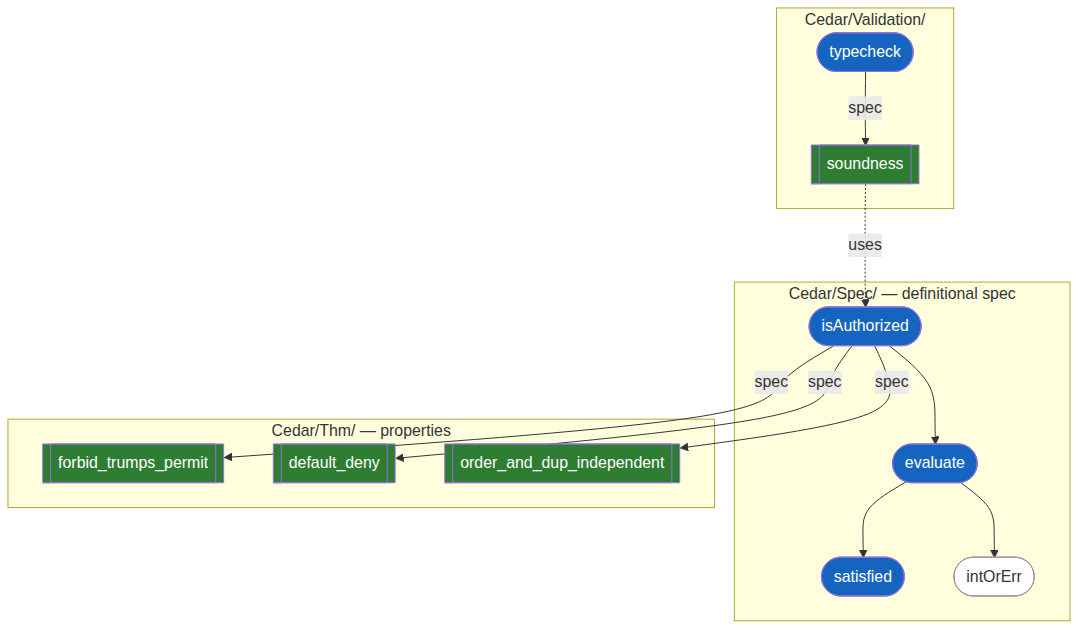
The Mermaid diagram docs/img/cedar.png in Beneficial-AI-Foundation/probe, before a commit. Its source is kept beside it as docs/img/cedar.mmd.
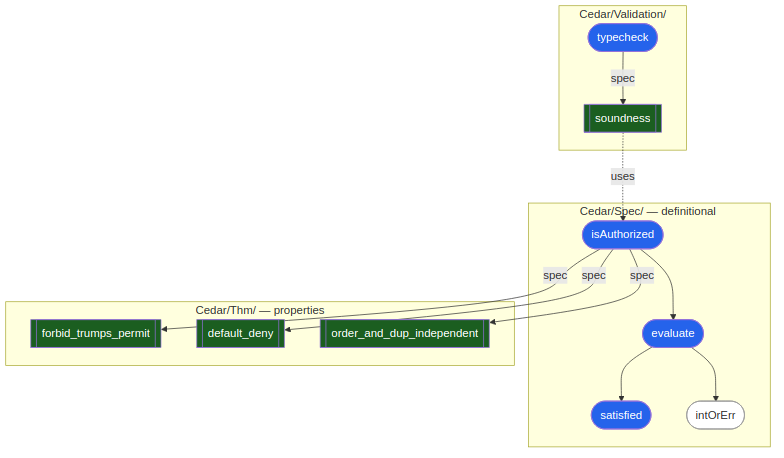
The same file after the commit.

Diff of the diagram source:
```diff
@@ -1,8 +1,8 @@
 flowchart TD
     subgraph spec ["Cedar/Spec/ — definitional spec"]
-        d1(["isAuthorized"]):::darkBlue
-        d2(["evaluate"]):::darkBlue
-        d3(["satisfied"]):::darkBlue
+        d1(["isAuthorized"]):::blue
+        d2(["evaluate"]):::blue
+        d3(["satisfied"]):::blue
         d4(["intOrErr"]):::white
     end
     subgraph thm ["Cedar/Thm/ — properties"]
@@ -11,7 +11,7 @@
         t3[["order_and_dup_independent"]]:::darkGreen
     end
     subgraph validation ["Cedar/Validation/"]
-        v1(["typecheck"]):::darkBlue
+        v1(["typecheck"]):::blue
         v2[["soundness"]]:::darkGreen
     end
     d1 -->|spec| t1
@@ -23,5 +23,5 @@
     v1 -->|spec| v2
     v2 -.->|uses| d1
     classDef white fill:#fff,color:#333,stroke:#999
-    classDef darkBlue fill:#1565c0,color:#fff
-    classDef darkGreen fill:#2e7d32,color:#fff
+    classDef blue fill:#2563EB,color:#fff
+    classDef darkGreen fill:#1B5E20,color:#fff
```
